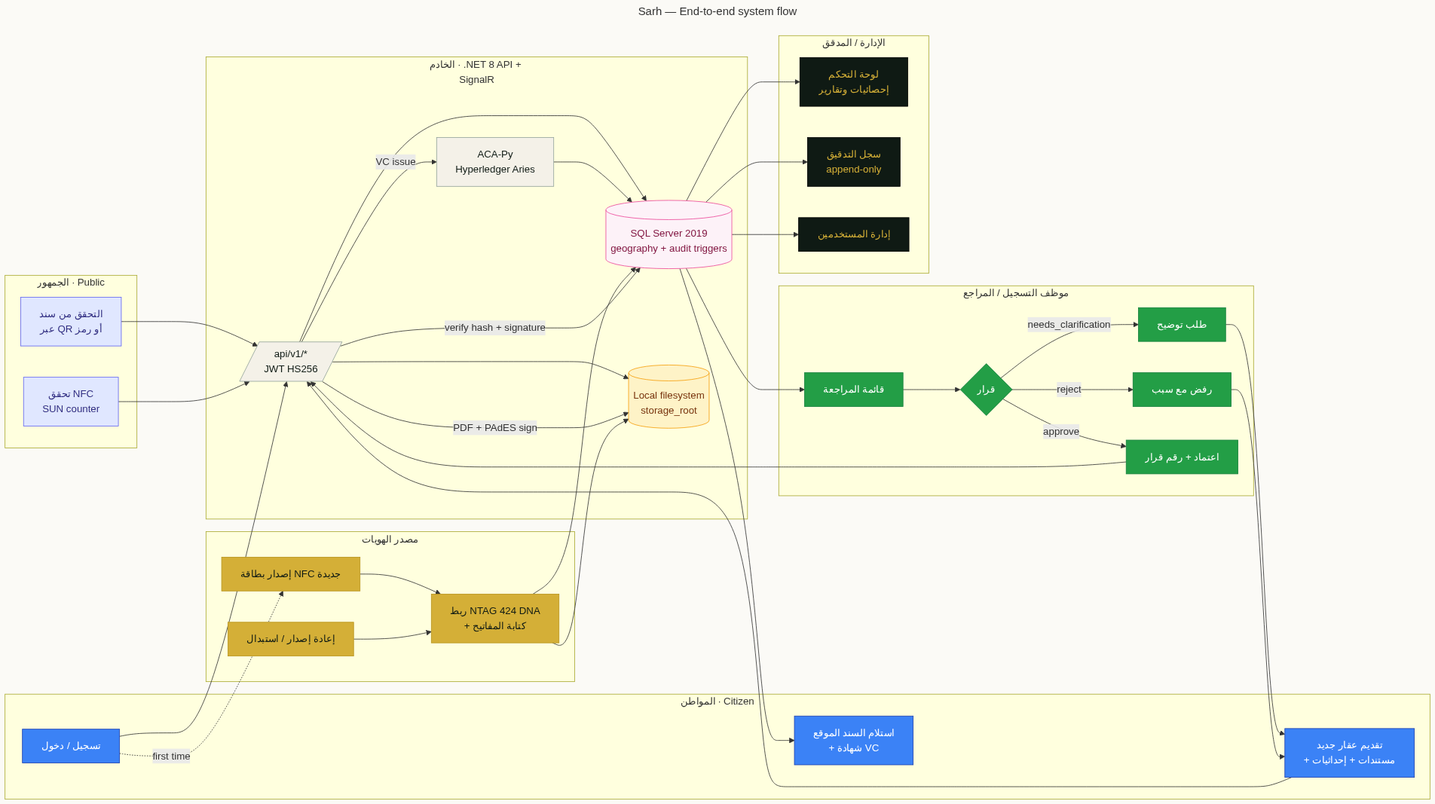
Before: docs/diagrams/system-flow.png, a diagram exported from Mermaid (AliBelaid/Sarh). Its source is kept beside it as docs/diagrams/system-flow.mmd. The source it was exported from:
```mermaid
---
title: Sarh — End-to-end system flow
---
flowchart LR
    classDef citizen fill:#3b82f6,stroke:#1e40af,color:#fff
    classDef officer fill:#239E46,stroke:#15803d,color:#fff
    classDef issuer  fill:#D4AF37,stroke:#B8941F,color:#0F1A14
    classDef admin   fill:#0F1A14,stroke:#000,color:#D4AF37
    classDef api     fill:#f4f1e8,stroke:#94a39c,color:#0F1A14
    classDef db      fill:#fdf2f8,stroke:#ec4899,color:#831843
    classDef store   fill:#fef3c7,stroke:#f59e0b,color:#78350f
    classDef public  fill:#e0e7ff,stroke:#6366f1,color:#312e81

    subgraph CIT[المواطن &middot; Citizen]
      C1[تسجيل / دخول]:::citizen
      C2[تقديم عقار جديد<br/>+ مستندات + إحداثيات]:::citizen
      C3[استلام السند الموقع<br/>+ شهادة VC]:::citizen
    end

    subgraph OFF[موظف التسجيل / المراجع]
      O1[قائمة المراجعة]:::officer
      O2{قرار}:::officer
      O3[طلب توضيح]:::officer
      O4[رفض مع سبب]:::officer
      O5[اعتماد + رقم قرار]:::officer
    end

    subgraph ISS[مصدر الهويات]
      I1[إصدار بطاقة NFC جديدة]:::issuer
      I2[ربط NTAG 424 DNA<br/>+ كتابة المفاتيح]:::issuer
      I3[إعادة إصدار / استبدال]:::issuer
    end

    subgraph ADM[الإدارة / المدقق]
      A1[لوحة التحكم<br/>إحصائيات وتقارير]:::admin
      A2[سجل التدقيق<br/>append-only]:::admin
      A3[إدارة المستخدمين]:::admin
    end

    subgraph BACK[الخادم &middot; .NET 8 API + SignalR]
      API[/api/v1/*<br/>JWT HS256/]:::api
      DB[(SQL Server 2019<br/>geography + audit triggers)]:::db
      FS[(Local filesystem<br/>storage_root)]:::store
      SSI[ACA-Py<br/>Hyperledger Aries]:::api
    end

    subgraph PUB[الجمهور &middot; Public]
      V1[التحقق من سند<br/>عبر QR أو رمز]:::public
      V2[تحقق NFC<br/>SUN counter]:::public
    end

    C1 --> API
    C2 --> API
    API --> DB
    API --> FS

    DB --> O1
    O1 --> O2
    O2 -->|needs_clarification| O3 --> C2
    O2 -->|reject| O4 --> C2
    O2 -->|approve| O5

    O5 --> API
    API -->|"PDF + PAdES sign"| FS
    API -->|"VC issue"| SSI
    SSI --> DB
    DB --> C3

    C1 -. "first time" .-> I1
    I1 --> I2
    I2 --> DB
    I2 --> FS
    I3 --> I2

    DB --> A1
    DB --> A2
    DB --> A3

    V1 --> API
    V2 --> API
    API -->|verify hash + signature| DB
```
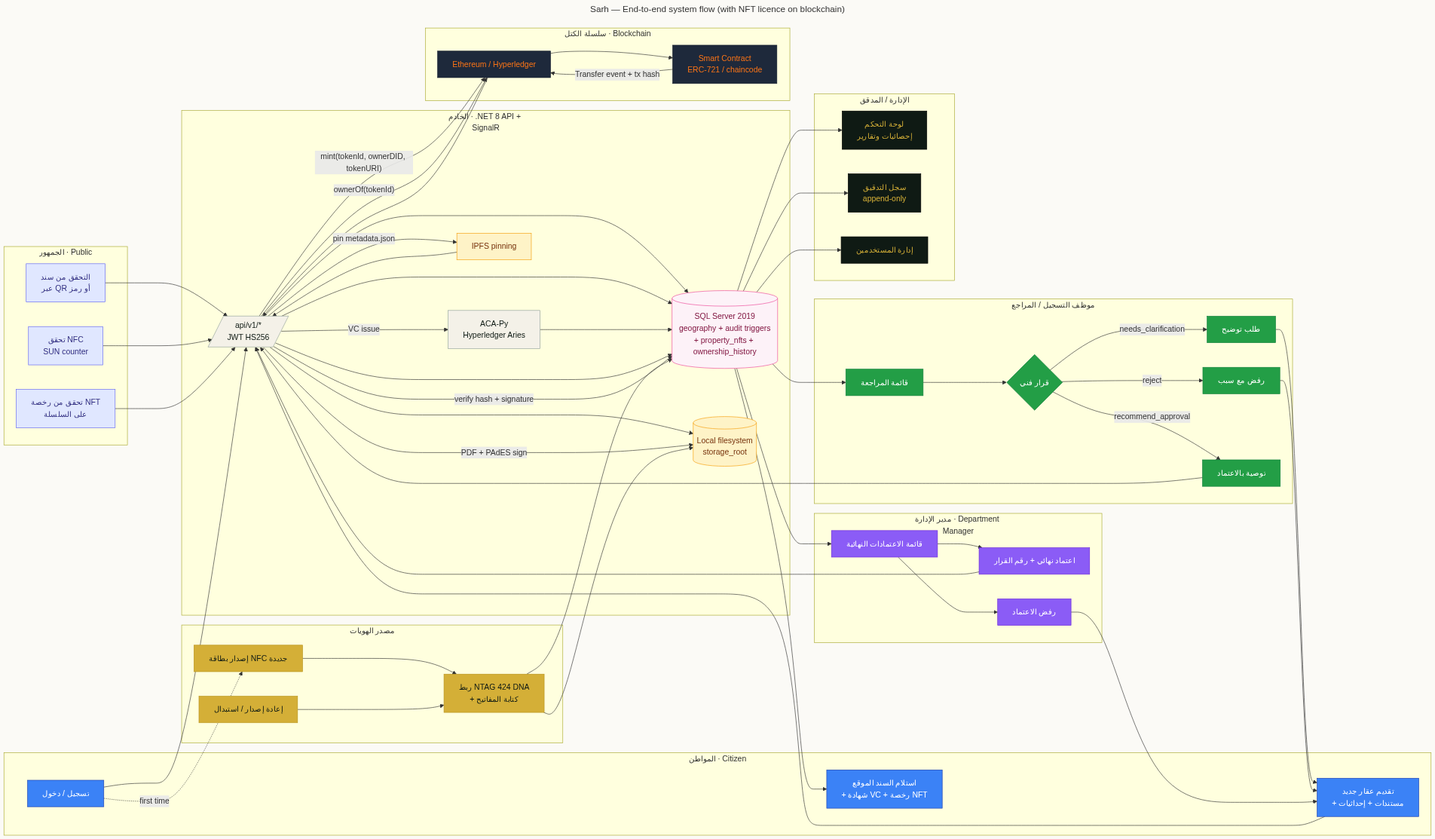
Later version of the same file.

Diff of the diagram source:
```diff
@@ -1,28 +1,36 @@
 ---
-title: Sarh — End-to-end system flow
+title: Sarh — End-to-end system flow (with NFT licence on blockchain)
 ---
 flowchart LR
     classDef citizen fill:#3b82f6,stroke:#1e40af,color:#fff
     classDef officer fill:#239E46,stroke:#15803d,color:#fff
+    classDef manager fill:#8b5cf6,stroke:#6d28d9,color:#fff
     classDef issuer  fill:#D4AF37,stroke:#B8941F,color:#0F1A14
     classDef admin   fill:#0F1A14,stroke:#000,color:#D4AF37
     classDef api     fill:#f4f1e8,stroke:#94a39c,color:#0F1A14
     classDef db      fill:#fdf2f8,stroke:#ec4899,color:#831843
     classDef store   fill:#fef3c7,stroke:#f59e0b,color:#78350f
+    classDef chain   fill:#1e293b,stroke:#0f172a,color:#F97316
     classDef public  fill:#e0e7ff,stroke:#6366f1,color:#312e81
 
     subgraph CIT[المواطن &middot; Citizen]
       C1[تسجيل / دخول]:::citizen
       C2[تقديم عقار جديد<br/>+ مستندات + إحداثيات]:::citizen
-      C3[استلام السند الموقع<br/>+ شهادة VC]:::citizen
+      C3[استلام السند الموقع<br/>+ شهادة VC + رخصة NFT]:::citizen
     end
 
     subgraph OFF[موظف التسجيل / المراجع]
       O1[قائمة المراجعة]:::officer
-      O2{قرار}:::officer
+      O2{قرار فني}:::officer
       O3[طلب توضيح]:::officer
       O4[رفض مع سبب]:::officer
-      O5[اعتماد + رقم قرار]:::officer
+      O5[توصية بالاعتماد]:::officer
+    end
+
+    subgraph MGR[مدير الإدارة &middot; Department Manager]
+      M1[قائمة الاعتمادات النهائية]:::manager
+      M2[اعتماد نهائي + رقم القرار]:::manager
+      M3[رفض الاعتماد]:::manager
     end
 
     subgraph ISS[مصدر الهويات]
@@ -39,14 +47,21 @@
 
     subgraph BACK[الخادم &middot; .NET 8 API + SignalR]
       API[/api/v1/*<br/>JWT HS256/]:::api
-      DB[(SQL Server 2019<br/>geography + audit triggers)]:::db
+      DB[(SQL Server 2019<br/>geography + audit triggers<br/>+ property_nfts + ownership_history)]:::db
       FS[(Local filesystem<br/>storage_root)]:::store
       SSI[ACA-Py<br/>Hyperledger Aries]:::api
+      IPFS[IPFS pinning]:::store
+    end
+
+    subgraph CHAIN[سلسلة الكتل &middot; Blockchain]
+      BC[Ethereum / Hyperledger]:::chain
+      SC[Smart Contract<br/>ERC-721 / chaincode]:::chain
     end
 
     subgraph PUB[الجمهور &middot; Public]
       V1[التحقق من سند<br/>عبر QR أو رمز]:::public
       V2[تحقق NFC<br/>SUN counter]:::public
+      V3[تحقق من رخصة NFT<br/>على السلسلة]:::public
     end
 
     C1 --> API
@@ -58,12 +73,23 @@
     O1 --> O2
     O2 -->|needs_clarification| O3 --> C2
     O2 -->|reject| O4 --> C2
-    O2 -->|approve| O5
+    O2 -->|recommend_approval| O5
 
-    O5 --> API
+    O5 --> API --> DB --> M1
+    M1 --> M2
+    M1 --> M3 --> C2
+
+    M2 --> API
     API -->|"PDF + PAdES sign"| FS
     API -->|"VC issue"| SSI
     SSI --> DB
+    API -->|"pin metadata.json"| IPFS
+    IPFS --> API
+    API -->|"mint(tokenId, ownerDID, tokenURI)"| BC
+    BC --> SC
+    SC -->|"Transfer event + tx hash"| BC
+    BC --> API
+    API --> DB
     DB --> C3
 
     C1 -. "first time" .-> I1
@@ -78,4 +104,6 @@
 
     V1 --> API
     V2 --> API
-    API -->|verify hash + signature| DB
+    V3 --> API
+    API -->|"verify hash + signature"| DB
+    API -->|"ownerOf(tokenId)"| BC
```
